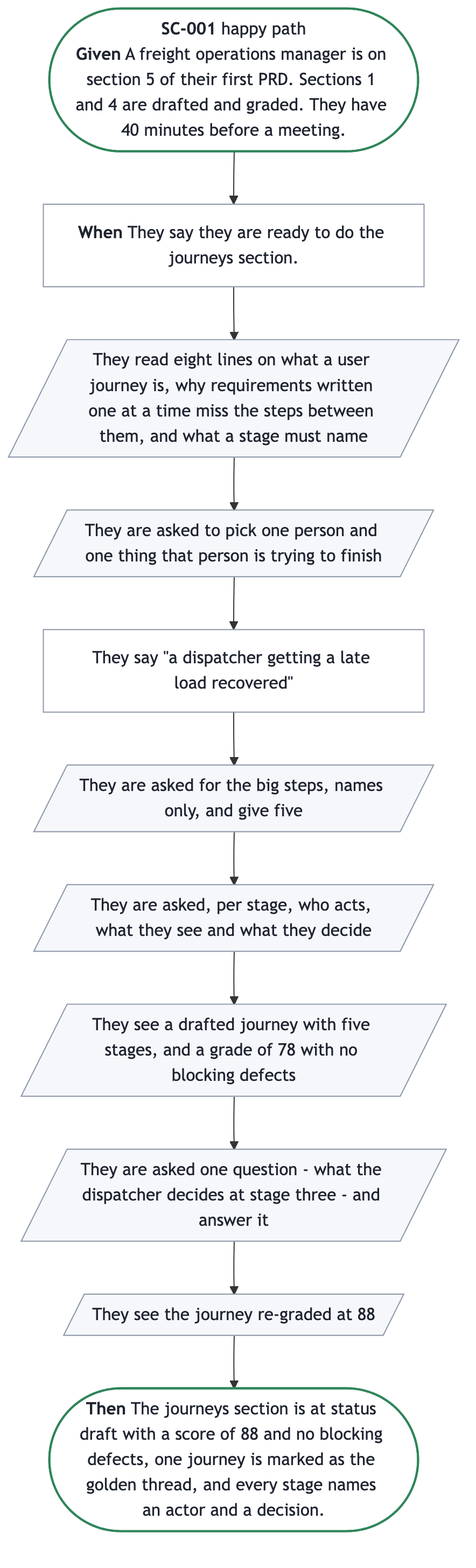
SpillwaveSolutions/prd-forge keeps this Mermaid diagram as docs/prd/prd-forge/diagrams/SC-001.png. Above is the earlier version. Its source is kept beside it as docs/prd/prd-forge/diagrams/SC-001.mmd.
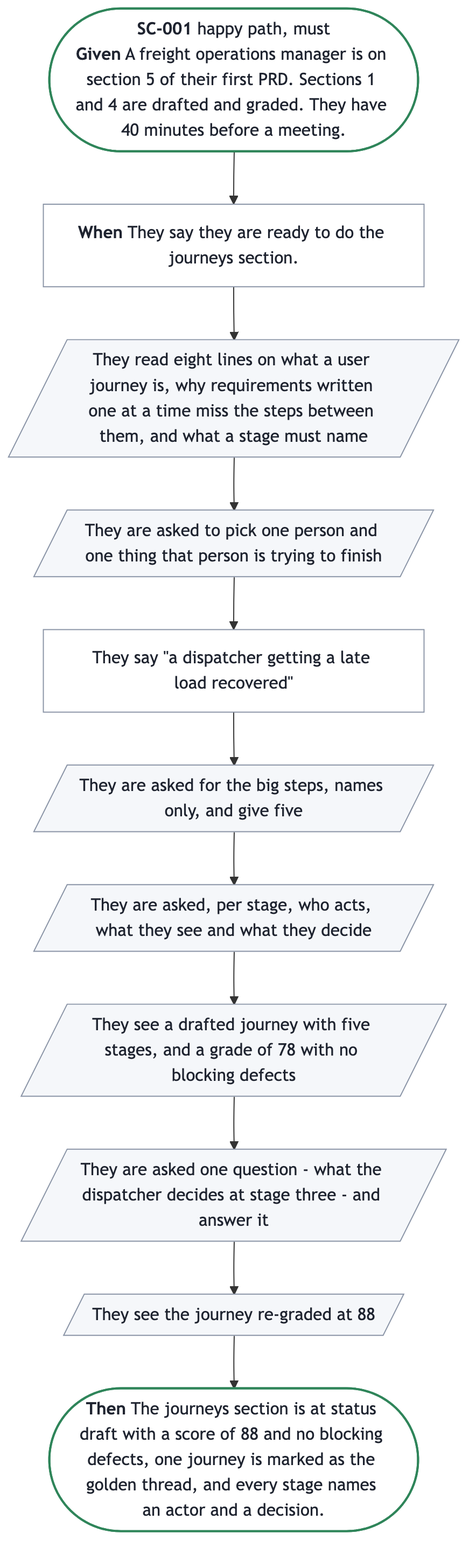
The same diagram one commit later.

The edit, as a diff of the source:
```diff
@@ -1,6 +1,6 @@
 %%{init: {"flowchart": {"wrappingWidth": 300}}}%%
 flowchart TB
-  start(["<b>SC-001</b> happy path<br/><b>Given</b> A freight operations manager is on section 5 of their first PRD. Sections 1 and 4 are drafted and graded. They have 40 minutes before a meeting."])
+  start(["<b>SC-001</b> happy path, must<br/><b>Given</b> A freight operations manager is on section 5 of their first PRD. Sections 1 and 4 are drafted and graded. They have 40 minutes before a meeting."])
   trigger["<b>When</b> They say they are ready to do the journeys section."]
   s0[/"They read eight lines on what a user journey is, why requirements written one at a time miss the steps between them, and what a stage must name"/]
   s1[/"They are asked to pick one person and one thing that person is trying to finish"/]
```
